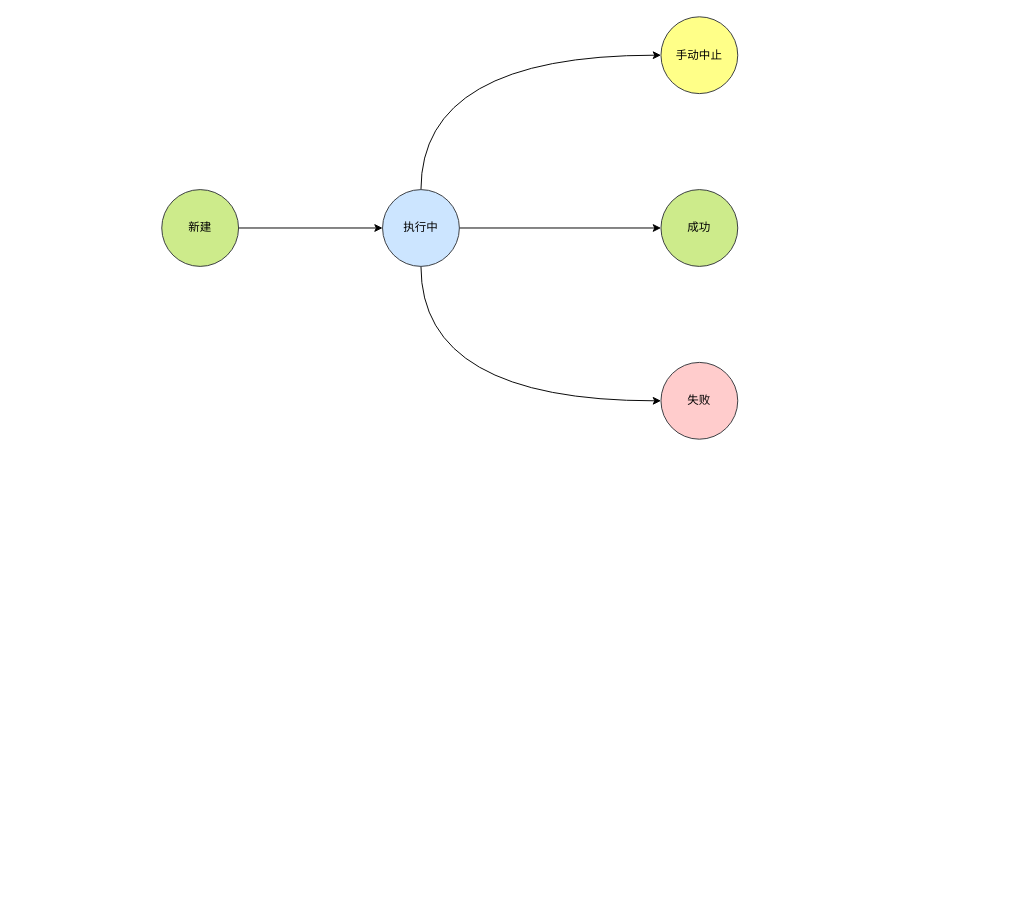
999V/draw keeps this draw.io diagram as 回溯任务状态机.drawio. Above is the earlier version. Source tidied: cells renumbered, new cells numbered last; positions are measured from the earlier drawing's top-left corner, leaving out a move shared by most shapes. Both pictures are drawn from the tidied source at 96%, with x=0, y=0 at pixel (161, 16).
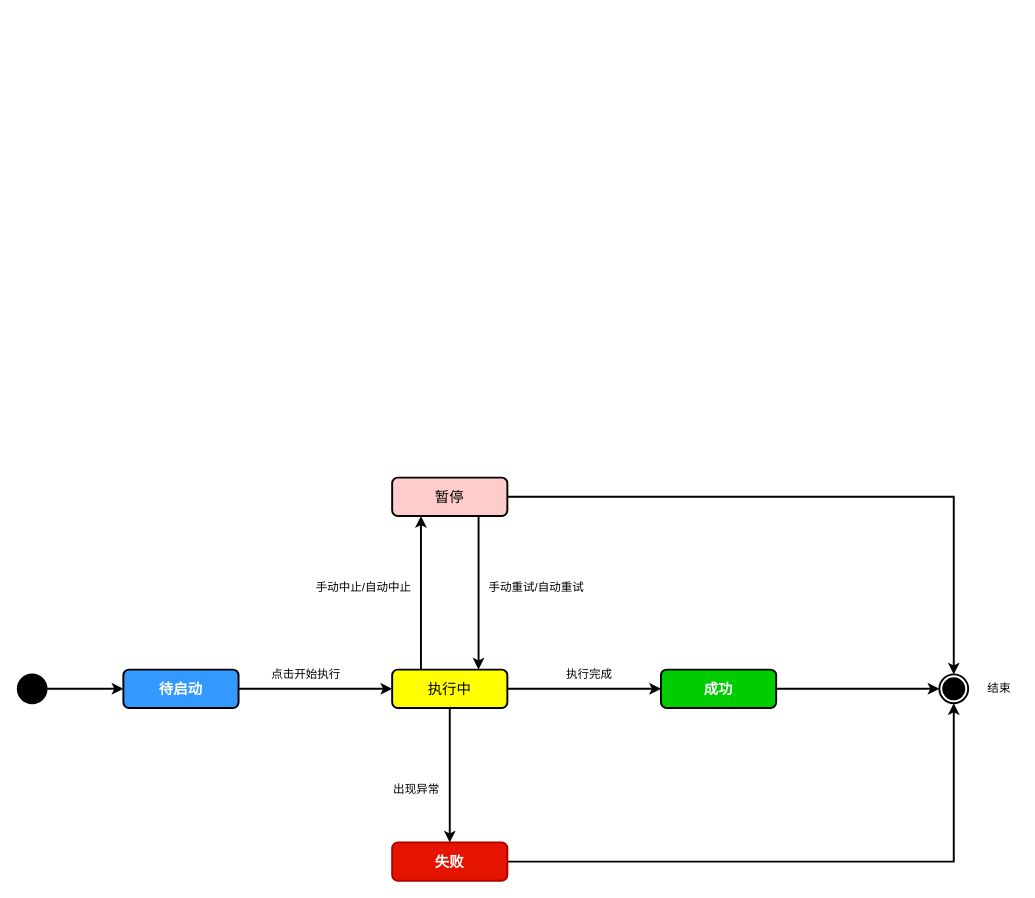
After the change.

Commit message:
更新回溯任务状态机.drawio

Change to the diagram source:
```diff
@@
-    <mxCell id="2" style="edgeStyle=orthogonalEdgeStyle;rounded=0;jettySize=auto;html=1;exitX=1;exitY=0.5;exitDx=0;exitDy=0;entryX=0;entryY=0.5;entryDx=0;entryDy=0;" parent="1" edge="1" source="3" target="7">
-      <mxGeometry relative="1" as="geometry" />
-    </mxCell>
-    <mxCell id="3" value="新建" style="ellipse;whiteSpace=wrap;html=1;fillColor=#cdeb8b;strokeColor=#36393d;" parent="1" vertex="1">
-      <mxGeometry y="180" width="80" height="80" as="geometry" />
-    </mxCell>
+    <mxCell id="11" style="edgeStyle=orthogonalEdgeStyle;rounded=0;jettySize=auto;html=1;exitX=1;exitY=0.5;exitDx=0;exitDy=0;entryX=0;entryY=0.5;entryDx=0;entryDy=0;fontSize=15;strokeWidth=2;" parent="1" edge="1" source="12" target="15">
+      <mxGeometry relative="1" as="geometry" />
+    </mxCell>
+    <mxCell id="12" style="shape=ellipse;html=1;dashed=0;whiteSpace=wrap;strokeWidth=2;perimeter=ellipsePerimeter;fillColor=#000000;fontSize=15;" parent="1" vertex="1">
+      <mxGeometry x="-150" y="685" width="30" height="30" as="geometry" />
+    </mxCell>
+    <mxCell id="13" style="ellipse;html=1;shape=endState;fillColor=strokeColor;fontSize=15;strokeWidth=2;" parent="1" vertex="1">
+      <mxGeometry x="810" y="685" width="30" height="30" as="geometry" />
+    </mxCell>
+    <mxCell id="14" style="edgeStyle=orthogonalEdgeStyle;rounded=0;jettySize=auto;html=1;exitX=1;exitY=0.5;exitDx=0;exitDy=0;entryX=0;entryY=0.5;entryDx=0;entryDy=0;fontSize=15;strokeWidth=2;" parent="1" edge="1" source="15" target="7">
+      <mxGeometry relative="1" as="geometry" />
+    </mxCell>
+    <mxCell id="15" value="待启动" style="rounded=1;whiteSpace=wrap;html=1;fillColor=#3399FF;fontSize=15;strokeWidth=2;fontStyle=1;labelBackgroundColor=none;fontColor=#FFFFFF;" parent="1" vertex="1">
+      <mxGeometry x="-40" y="680" width="120" height="40" as="geometry" />
+    </mxCell>
+    <mxCell id="16" style="edgeStyle=orthogonalEdgeStyle;rounded=0;jettySize=auto;html=1;exitX=0.25;exitY=0;exitDx=0;exitDy=0;entryX=0.25;entryY=1;entryDx=0;entryDy=0;fontSize=15;strokeWidth=2;" parent="1" edge="1" source="7" target="20">
+      <mxGeometry relative="1" as="geometry" />
+    </mxCell>
-    <mxCell id="4" style="edgeStyle=orthogonalEdgeStyle;rounded=0;jettySize=auto;html=1;exitX=1;exitY=0.5;exitDx=0;exitDy=0;entryX=0;entryY=0.5;entryDx=0;entryDy=0;" parent="1" edge="1" source="7" target="8">
+    <mxCell id="4" style="edgeStyle=orthogonalEdgeStyle;rounded=0;jettySize=auto;html=1;exitX=1;exitY=0.5;exitDx=0;exitDy=0;entryX=0;entryY=0.5;entryDx=0;entryDy=0;strokeWidth=2;" parent="1" edge="1" source="7" target="8">
       <mxGeometry relative="1" as="geometry" />
     </mxCell>
-    <mxCell id="5" style="edgeStyle=orthogonalEdgeStyle;rounded=0;jettySize=auto;html=1;exitX=0.5;exitY=1;exitDx=0;exitDy=0;entryX=0;entryY=0.5;entryDx=0;entryDy=0;curved=1;" parent="1" edge="1" source="7" target="9">
+    <mxCell id="5" style="edgeStyle=orthogonalEdgeStyle;rounded=0;jettySize=auto;html=1;exitX=0.5;exitY=1;exitDx=0;exitDy=0;entryX=0.5;entryY=0;entryDx=0;entryDy=0;strokeWidth=2;" parent="1" edge="1" source="7" target="9">
       <mxGeometry relative="1" as="geometry" />
     </mxCell>
-    <mxCell id="6" style="edgeStyle=orthogonalEdgeStyle;rounded=0;jettySize=auto;html=1;exitX=0.5;exitY=0;exitDx=0;exitDy=0;entryX=0;entryY=0.5;entryDx=0;entryDy=0;curved=1;" parent="1" edge="1" source="7" target="10">
-      <mxGeometry relative="1" as="geometry" />
-    </mxCell>
-    <mxCell id="7" value="执行中" style="ellipse;whiteSpace=wrap;html=1;fillColor=#cce5ff;strokeColor=#36393d;" parent="1" vertex="1">
-      <mxGeometry x="230" y="180" width="80" height="80" as="geometry" />
+    <mxCell id="7" value="&lt;span style=&quot;font-weight: normal;&quot;&gt;执行中&lt;/span&gt;" style="rounded=1;whiteSpace=wrap;html=1;fillColor=#FFFF00;fontSize=15;strokeWidth=2;fontStyle=1;labelBackgroundColor=none;fontColor=#000000;" parent="1" vertex="1">
+      <mxGeometry x="240" y="680" width="120" height="40" as="geometry" />
     </mxCell>
+    <mxCell id="17" style="edgeStyle=orthogonalEdgeStyle;rounded=0;jettySize=auto;html=1;exitX=1;exitY=0.5;exitDx=0;exitDy=0;entryX=0;entryY=0.5;entryDx=0;entryDy=0;fontSize=15;strokeWidth=2;" parent="1" edge="1" source="8" target="13">
+      <mxGeometry relative="1" as="geometry" />
+    </mxCell>
-    <mxCell id="8" value="成功" style="ellipse;whiteSpace=wrap;html=1;fillColor=#cdeb8b;strokeColor=#36393d;" parent="1" vertex="1">
-      <mxGeometry x="520" y="180" width="80" height="80" as="geometry" />
+    <mxCell id="8" value="成功" style="rounded=1;whiteSpace=wrap;html=1;fillColor=#00CC00;fontSize=15;strokeWidth=2;fontStyle=1;labelBackgroundColor=none;fontColor=#FFFFFF;" parent="1" vertex="1">
+      <mxGeometry x="520" y="680" width="120" height="40" as="geometry" />
     </mxCell>
+    <mxCell id="18" style="edgeStyle=orthogonalEdgeStyle;rounded=0;jettySize=auto;html=1;exitX=1;exitY=0.5;exitDx=0;exitDy=0;entryX=0.5;entryY=1;entryDx=0;entryDy=0;strokeWidth=2;" parent="1" edge="1" source="9" target="13">
+      <mxGeometry relative="1" as="geometry" />
+    </mxCell>
-    <mxCell id="9" value="失败" style="ellipse;whiteSpace=wrap;html=1;fillColor=#ffcccc;strokeColor=#36393d;" parent="1" vertex="1">
-      <mxGeometry x="520" y="360" width="80" height="80" as="geometry" />
+    <mxCell id="9" value="失败" style="rounded=1;whiteSpace=wrap;html=1;fillColor=#e51400;fontSize=15;fontColor=#FFFFFF;strokeColor=#B20000;strokeWidth=2;fontStyle=1;labelBackgroundColor=none;" parent="1" vertex="1">
+      <mxGeometry x="240" y="860" width="120" height="40" as="geometry" />
     </mxCell>
-    <mxCell id="10" value="手动中止" style="ellipse;whiteSpace=wrap;html=1;fillColor=#ffff88;strokeColor=#36393d;" parent="1" vertex="1">
-      <mxGeometry x="520" width="80" height="80" as="geometry" />
-    </mxCell>
+    <mxCell id="19" style="edgeStyle=orthogonalEdgeStyle;rounded=0;jettySize=auto;html=1;exitX=0.75;exitY=1;exitDx=0;exitDy=0;entryX=0.75;entryY=0;entryDx=0;entryDy=0;fontSize=15;strokeWidth=2;" parent="1" edge="1" source="20" target="7">
+      <mxGeometry relative="1" as="geometry" />
+    </mxCell>
+    <mxCell id="20" value="暂停" style="rounded=1;whiteSpace=wrap;html=1;fillColor=#FFCCCC;fontSize=15;strokeWidth=2;fontStyle=0;labelBackgroundColor=none;fontColor=#000000;" parent="1" vertex="1">
+      <mxGeometry x="240" y="480" width="120" height="40" as="geometry" />
+    </mxCell>
+    <mxCell id="21" style="edgeStyle=orthogonalEdgeStyle;rounded=0;jettySize=auto;html=1;exitX=1;exitY=0.5;exitDx=0;exitDy=0;entryX=0.5;entryY=0;entryDx=0;entryDy=0;fontSize=15;strokeWidth=2;" parent="1" edge="1" source="20" target="13">
+      <mxGeometry relative="1" as="geometry" />
+    </mxCell>
+    <mxCell id="22" value="点击开始执行" style="text;html=1;align=center;verticalAlign=middle;strokeColor=none;fillColor=none;strokeWidth=2;" parent="1" vertex="1">
+      <mxGeometry x="100" y="670" width="100" height="30" as="geometry" />
+    </mxCell>
+    <mxCell id="23" value="手动中止/自动中止" style="text;html=1;align=center;verticalAlign=middle;strokeColor=none;fillColor=none;strokeWidth=2;" parent="1" vertex="1">
+      <mxGeometry x="150" y="580" width="120" height="30" as="geometry" />
+    </mxCell>
+    <mxCell id="24" value="手动重试/自动重试" style="text;html=1;align=center;verticalAlign=middle;strokeColor=none;fillColor=none;strokeWidth=2;" parent="1" vertex="1">
+      <mxGeometry x="330" y="580" width="120" height="30" as="geometry" />
+    </mxCell>
+    <mxCell id="25" value="执行完成" style="text;html=1;align=center;verticalAlign=middle;strokeColor=none;fillColor=none;strokeWidth=2;" parent="1" vertex="1">
+      <mxGeometry x="410" y="670" width="70" height="30" as="geometry" />
+    </mxCell>
+    <mxCell id="26" value="出现异常" style="text;html=1;align=center;verticalAlign=middle;strokeColor=none;fillColor=none;strokeWidth=2;" parent="1" vertex="1">
+      <mxGeometry x="230" y="790" width="70" height="30" as="geometry" />
+    </mxCell>
+    <mxCell id="27" value="结束" style="text;html=1;align=center;verticalAlign=middle;strokeColor=none;fillColor=none;" parent="1" vertex="1">
+      <mxGeometry x="851" y="687" width="42" height="26" as="geometry" />
+    </mxCell>
```
